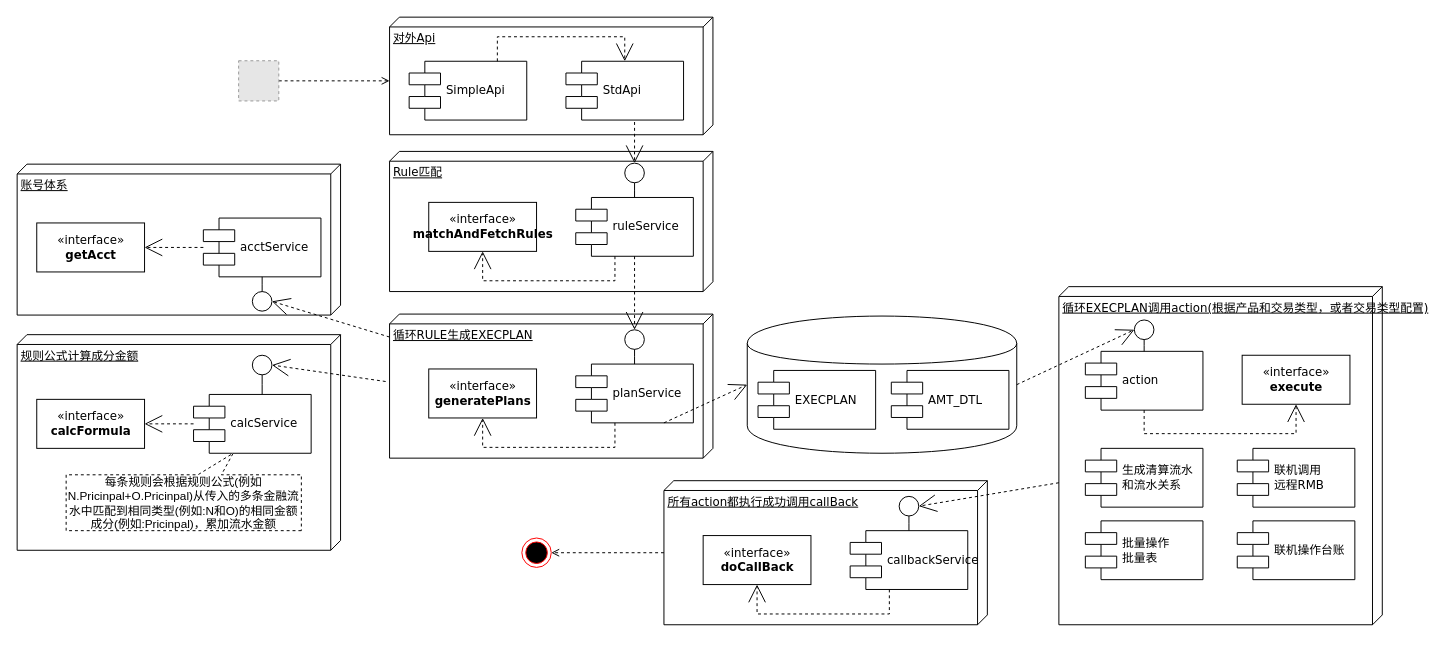
Earlier version of the draw.io diagram 清算引擎工程结构图.drawio (staconfree/design). Source tidied: cells renumbered, new cells numbered last; positions are measured from the earlier drawing's top-left corner, leaving out a move shared by most shapes. Both pictures are drawn from the tidied source at 98%, with x=0, y=0 at pixel (17, 17). Pictures stored in the file or linked from it are replaced by grey dashed boxes.
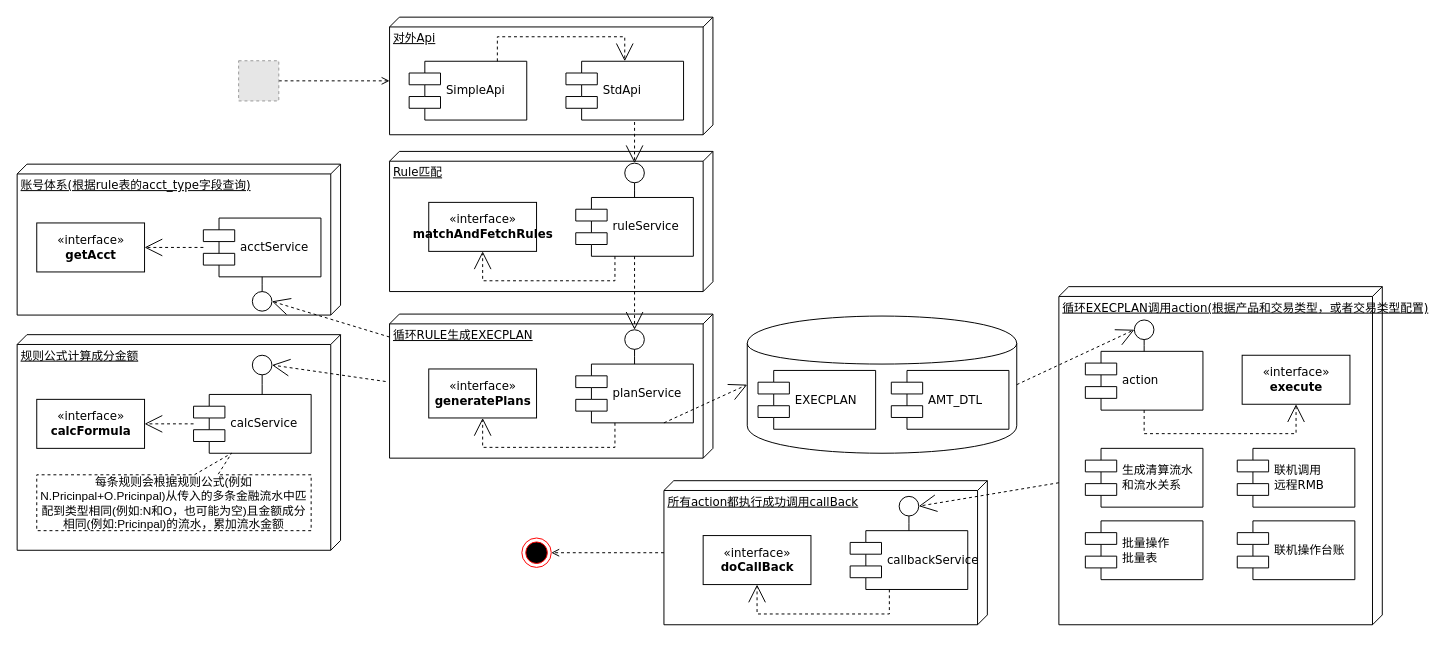
The same diagram, later.

Commit message:
更新清算引擎工程结构图.drawio

Change to the diagram source:
```diff
@@
-    <mxCell id="3" value="账号体系" style="verticalAlign=top;align=left;spacingTop=8;spacingLeft=2;spacingRight=12;shape=cube;size=10;direction=south;fontStyle=4;html=1;rounded=0;shadow=0;comic=0;labelBackgroundColor=none;strokeColor=#000000;strokeWidth=1;fillColor=#ffffff;fontFamily=Verdana;fontSize=12;fontColor=#000000;" parent="1" vertex="1">
+    <mxCell id="3" value="账号体系(根据rule表的acct_type字段查询)" style="verticalAlign=top;align=left;spacingTop=8;spacingLeft=2;spacingRight=12;shape=cube;size=10;direction=south;fontStyle=4;html=1;rounded=0;shadow=0;comic=0;labelBackgroundColor=none;strokeColor=#000000;strokeWidth=1;fillColor=#ffffff;fontFamily=Verdana;fontSize=12;fontColor=#000000;" parent="1" vertex="1">
       <mxGeometry y="150" width="330" height="154" as="geometry" />
     </mxCell>
@@
-    <mxCell id="25" value="&lt;div&gt;每条规则会根据规则公式(例如N.Pricinpal+O.Pricinpal)从传入的多条金融流水中匹配到相同类型(例如:N和O)的相同金额成分(例如:Pricinpal)，累加流水金额&lt;/div&gt;" style="shape=callout;whiteSpace=wrap;html=1;perimeter=calloutPerimeter;direction=west;position2=0.29;base=24;size=22;position=0.34;dashed=1;" parent="1" vertex="1">
-      <mxGeometry x="50" y="445" width="240" height="79" as="geometry" />
+    <mxCell id="25" value="&lt;div&gt;每条规则会根据规则公式(例如N.Pricinpal+O.Pricinpal)从传入的多条金融流水中匹配到类型相同(例如:N和O，也可能为空)且金额成分相同(例如:Pricinpal)的流水，累加流水金额&lt;/div&gt;" style="shape=callout;whiteSpace=wrap;html=1;perimeter=calloutPerimeter;direction=west;position2=0.29;base=24;size=22;position=0.34;dashed=1;" parent="1" vertex="1">
+      <mxGeometry x="20" y="445" width="280" height="79" as="geometry" />
     </mxCell>
```
